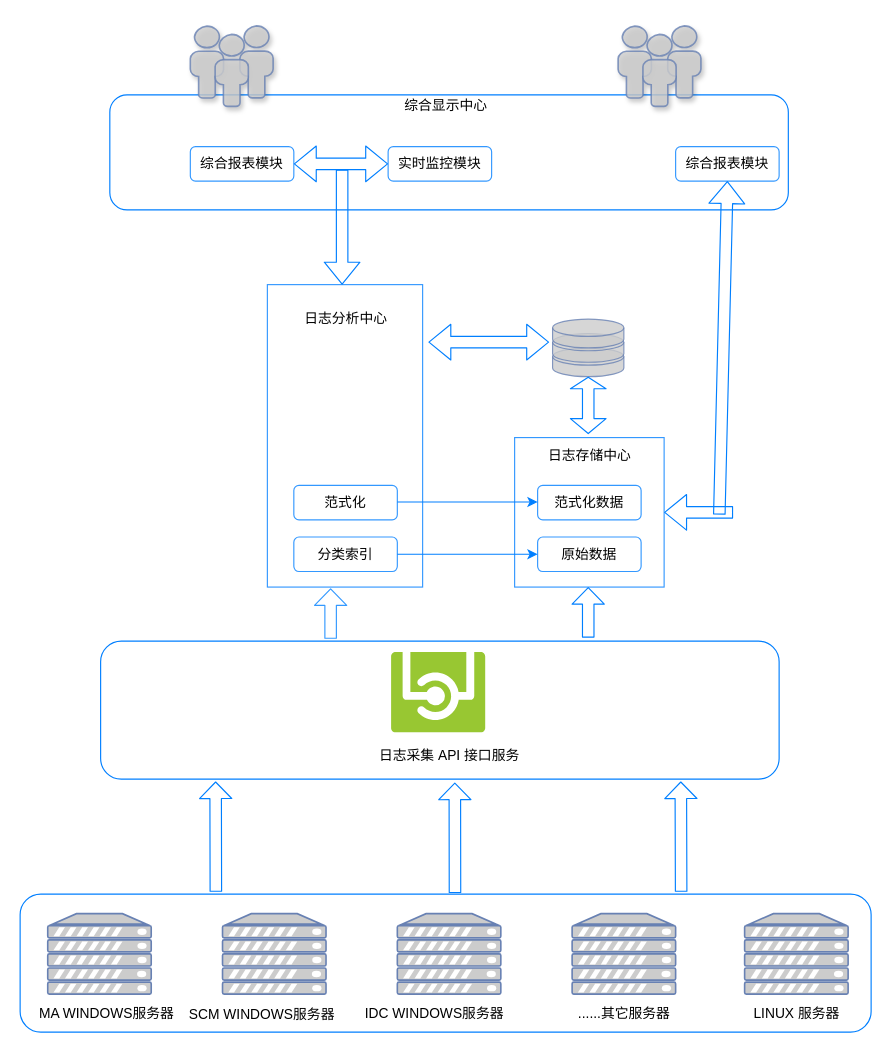
Before: xgy.drawio in xu4877/robert, a draw.io diagram. Source tidied: cells renumbered, new cells numbered last; positions are measured from the earlier drawing's top-left corner, leaving out a move shared by most shapes. Both pictures are drawn from the tidied source at 115%, with x=0, y=0 at pixel (20, 25).
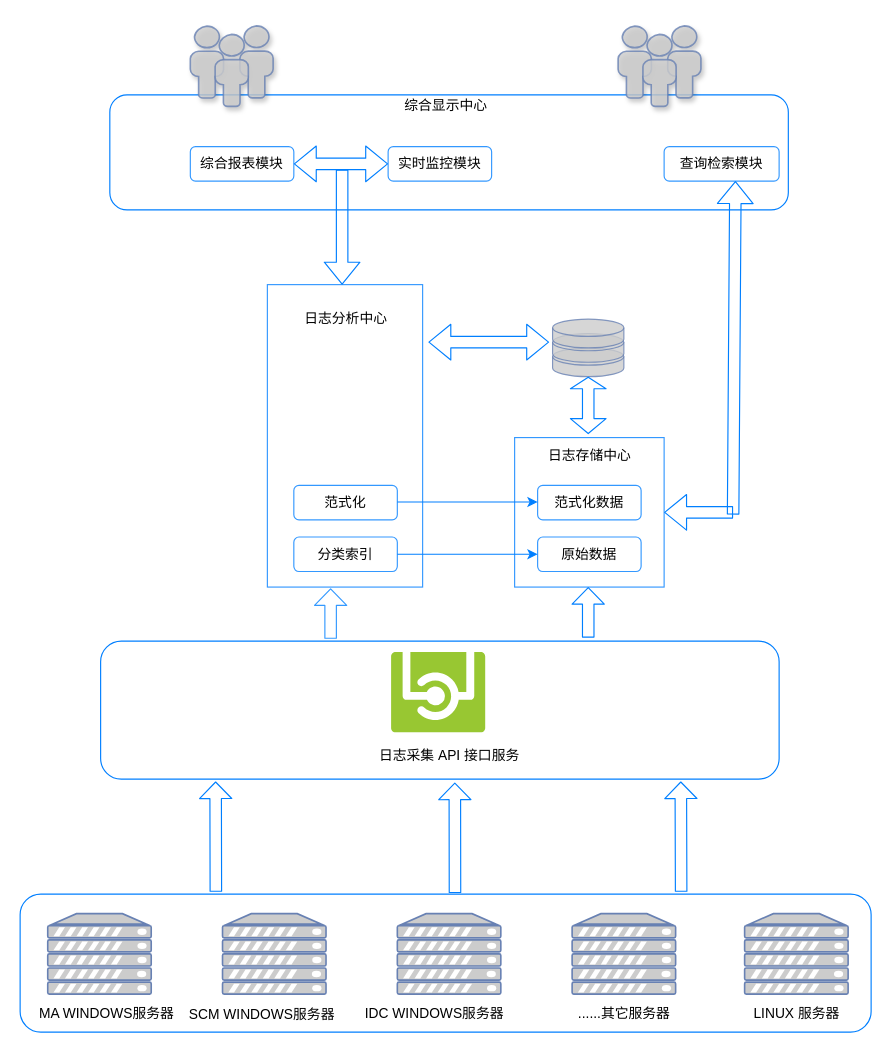
Above is the later version.

The edit, as a diff of the source:
```diff
@@
-    <mxCell id="40" value="&lt;span style=&quot;white-space: nowrap&quot;&gt;综合报表模块&lt;/span&gt;" style="rounded=1;whiteSpace=wrap;html=1;strokeColor=#007FFF;opacity=80;" parent="1" vertex="1">
-      <mxGeometry x="570" y="105" width="90" height="30" as="geometry" />
+    <mxCell id="40" value="&lt;span style=&quot;white-space: nowrap&quot;&gt;查询检索模块&lt;/span&gt;" style="rounded=1;whiteSpace=wrap;html=1;strokeColor=#007FFF;opacity=80;" parent="1" vertex="1">
+      <mxGeometry x="560" y="105" width="100" height="30" as="geometry" />
     </mxCell>
@@
-    <mxCell id="43" style="shape=flexArrow;endArrow=classic;html=1;strokeColor=#007FFF;strokeWidth=1;entryX=0.5;entryY=1;entryDx=0;entryDy=0;" parent="1" edge="1" target="40">
+    <mxCell id="43" style="shape=flexArrow;endArrow=classic;html=1;strokeColor=#007FFF;strokeWidth=1;entryX=0.5;entryY=1;entryDx=0;entryDy=0;" parent="1" edge="1">
       <mxGeometry relative="1" as="geometry">
-        <mxPoint x="608" y="425" as="sourcePoint" />
+        <mxPoint x="620" y="425" as="sourcePoint" />
+        <mxPoint x="622" y="135" as="targetPoint" />
       </mxGeometry>
     </mxCell>
```
